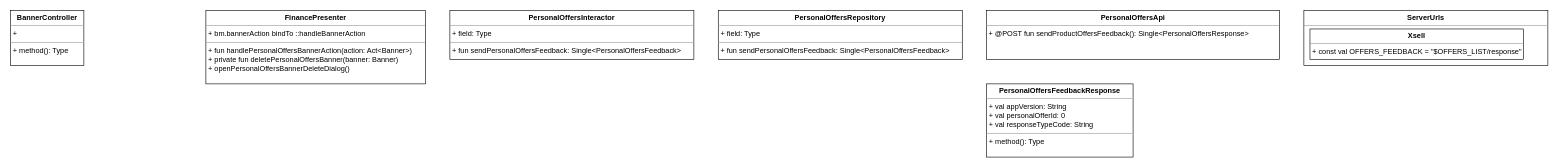
ShiryaevNikolay/diagrams keeps this draw.io diagram as UNI-14524.drawio. Above is the earlier version. Source tidied: cells renumbered, new cells numbered last; positions are measured from the earlier drawing's top-left corner, leaving out a move shared by most shapes. Both pictures are drawn from the tidied source at 61%, with x=0, y=0 at pixel (10, 10).
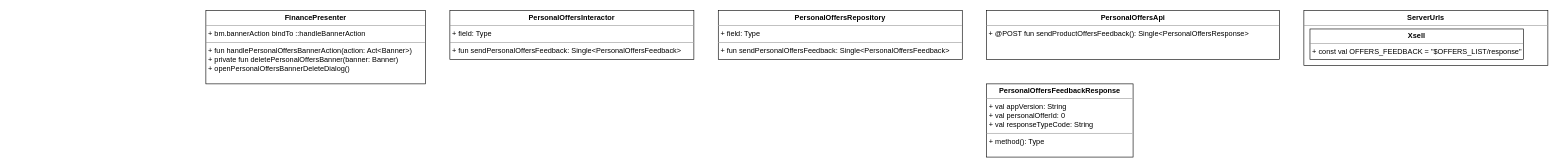
Above is the later version.

Change to the diagram source:
```diff
@@
 <mxGraphModel>
   <root>
     <mxCell id="0" />
     <mxCell id="1" parent="0" />
-    <mxCell id="2" value="&lt;p style=&quot;margin: 0px ; margin-top: 4px ; text-align: center&quot;&gt;&lt;b&gt;BannerController&lt;/b&gt;&lt;/p&gt;&lt;hr size=&quot;1&quot;&gt;&lt;p style=&quot;margin: 0px ; margin-left: 4px&quot;&gt;+ &lt;br&gt;&lt;/p&gt;&lt;hr size=&quot;1&quot;&gt;&lt;p style=&quot;margin: 0px ; margin-left: 4px&quot;&gt;+ method(): Type&lt;/p&gt;" style="verticalAlign=top;align=left;overflow=fill;fontSize=12;fontFamily=Helvetica;html=1;" parent="1" vertex="1">
-      <mxGeometry width="120" height="90" as="geometry" />
-    </mxCell>
     <mxCell id="3" value="&lt;p style=&quot;margin: 0px ; margin-top: 4px ; text-align: center&quot;&gt;&lt;b&gt;ServerUrls&lt;/b&gt;&lt;/p&gt;&lt;hr size=&quot;1&quot;&gt;&lt;p style=&quot;margin: 0px ; margin-left: 4px&quot;&gt;&lt;br&gt;&lt;/p&gt;" style="verticalAlign=top;align=left;overflow=fill;fontSize=12;fontFamily=Helvetica;html=1;" parent="1" vertex="1">
       <mxGeometry x="2120" width="400" height="90" as="geometry" />
     </mxCell>
     <mxCell id="4" value="&lt;p style=&quot;margin: 0px ; margin-top: 4px ; text-align: center&quot;&gt;&lt;b&gt;Xsell&lt;/b&gt;&lt;/p&gt;&lt;hr size=&quot;1&quot;&gt;&lt;p style=&quot;margin: 0px ; margin-left: 4px&quot;&gt;+ const val OFFERS_FEEDBACK = &quot;$OFFERS_LIST/response&quot;&lt;br&gt;&lt;/p&gt;&lt;hr size=&quot;1&quot;&gt;" style="verticalAlign=top;align=left;overflow=fill;fontSize=12;fontFamily=Helvetica;html=1;" parent="1" vertex="1">
       <mxGeometry x="2130" y="30" width="350" height="50" as="geometry" />
     </mxCell>
     <mxCell id="5" value="&lt;p style=&quot;margin: 0px ; margin-top: 4px ; text-align: center&quot;&gt;&lt;b&gt;PersonalOffersApi&lt;/b&gt;&lt;/p&gt;&lt;hr size=&quot;1&quot;&gt;&amp;nbsp;+ @POST fun sendProductOffersFeedback(): Single&amp;lt;PersonalOffersResponse&amp;gt;" style="verticalAlign=top;align=left;overflow=fill;fontSize=12;fontFamily=Helvetica;html=1;" parent="1" vertex="1">
       <mxGeometry x="1600" width="480" height="80" as="geometry" />
     </mxCell>
     <mxCell id="6" value="&lt;p style=&quot;margin: 0px ; margin-top: 4px ; text-align: center&quot;&gt;&lt;b&gt;PersonalOffersFeedbackResponse&lt;/b&gt;&lt;/p&gt;&lt;hr size=&quot;1&quot;&gt;&lt;p style=&quot;margin: 0px ; margin-left: 4px&quot;&gt;+ val appVersion: String&lt;/p&gt;&lt;p style=&quot;margin: 0px ; margin-left: 4px&quot;&gt;+ val personalOfferId: 0&lt;/p&gt;&lt;p style=&quot;margin: 0px ; margin-left: 4px&quot;&gt;+ val responseTypeCode: String&lt;br&gt;&lt;/p&gt;&lt;hr size=&quot;1&quot;&gt;&lt;p style=&quot;margin: 0px ; margin-left: 4px&quot;&gt;+ method(): Type&lt;/p&gt;" style="verticalAlign=top;align=left;overflow=fill;fontSize=12;fontFamily=Helvetica;html=1;" parent="1" vertex="1">
       <mxGeometry x="1600" y="120" width="240" height="120" as="geometry" />
     </mxCell>
     <mxCell id="7" value="&lt;p style=&quot;margin: 0px ; margin-top: 4px ; text-align: center&quot;&gt;&lt;b&gt;PersonalOffersRepository&lt;/b&gt;&lt;/p&gt;&lt;hr size=&quot;1&quot;&gt;&lt;p style=&quot;margin: 0px ; margin-left: 4px&quot;&gt;+ field: Type&lt;/p&gt;&lt;hr size=&quot;1&quot;&gt;&lt;p style=&quot;margin: 0px ; margin-left: 4px&quot;&gt;+ fun sendPersonalOffersFeedback: Single&amp;lt;PersonalOffersFeedback&amp;gt;&lt;br&gt;&lt;/p&gt;" style="verticalAlign=top;align=left;overflow=fill;fontSize=12;fontFamily=Helvetica;html=1;" parent="1" vertex="1">
       <mxGeometry x="1160" width="400" height="80" as="geometry" />
     </mxCell>
     <mxCell id="8" value="&lt;p style=&quot;margin: 0px ; margin-top: 4px ; text-align: center&quot;&gt;&lt;b&gt;PersonalOffersInteractor&lt;/b&gt;&lt;/p&gt;&lt;hr size=&quot;1&quot;&gt;&lt;p style=&quot;margin: 0px ; margin-left: 4px&quot;&gt;+ field: Type&lt;/p&gt;&lt;hr size=&quot;1&quot;&gt;&lt;p style=&quot;margin: 0px ; margin-left: 4px&quot;&gt;+ fun sendPersonalOffersFeedback: Single&amp;lt;PersonalOffersFeedback&amp;gt;&lt;br&gt;&lt;/p&gt;" style="verticalAlign=top;align=left;overflow=fill;fontSize=12;fontFamily=Helvetica;html=1;" parent="1" vertex="1">
       <mxGeometry x="720" width="400" height="80" as="geometry" />
     </mxCell>
     <mxCell id="9" value="&lt;p style=&quot;margin: 0px ; margin-top: 4px ; text-align: center&quot;&gt;&lt;b&gt;FinancePresenter&lt;/b&gt;&lt;/p&gt;&lt;hr size=&quot;1&quot;&gt;&lt;p style=&quot;margin: 0px ; margin-left: 4px&quot;&gt;+ bm.bannerAction bindTo ::handleBannerAction&lt;br&gt;&lt;/p&gt;&lt;hr size=&quot;1&quot;&gt;&lt;p style=&quot;margin: 0px ; margin-left: 4px&quot;&gt;+ fun handlePersonalOffersBannerAction(action: Act&amp;lt;Banner&amp;gt;)&lt;/p&gt;&lt;p style=&quot;margin: 0px ; margin-left: 4px&quot;&gt;+ private fun deletePersonalOffersBanner(banner: Banner)&lt;/p&gt;&lt;p style=&quot;margin: 0px ; margin-left: 4px&quot;&gt;+ openPersonalOffersBannerDeleteDialog()&lt;br&gt;&lt;/p&gt;&lt;div&gt;&lt;br&gt;&lt;/div&gt;&lt;div&gt;&lt;br&gt;&lt;/div&gt;" style="verticalAlign=top;align=left;overflow=fill;fontSize=12;fontFamily=Helvetica;html=1;" parent="1" vertex="1">
       <mxGeometry x="320" width="360" height="120" as="geometry" />
     </mxCell>
   </root>
 </mxGraphModel>
```
